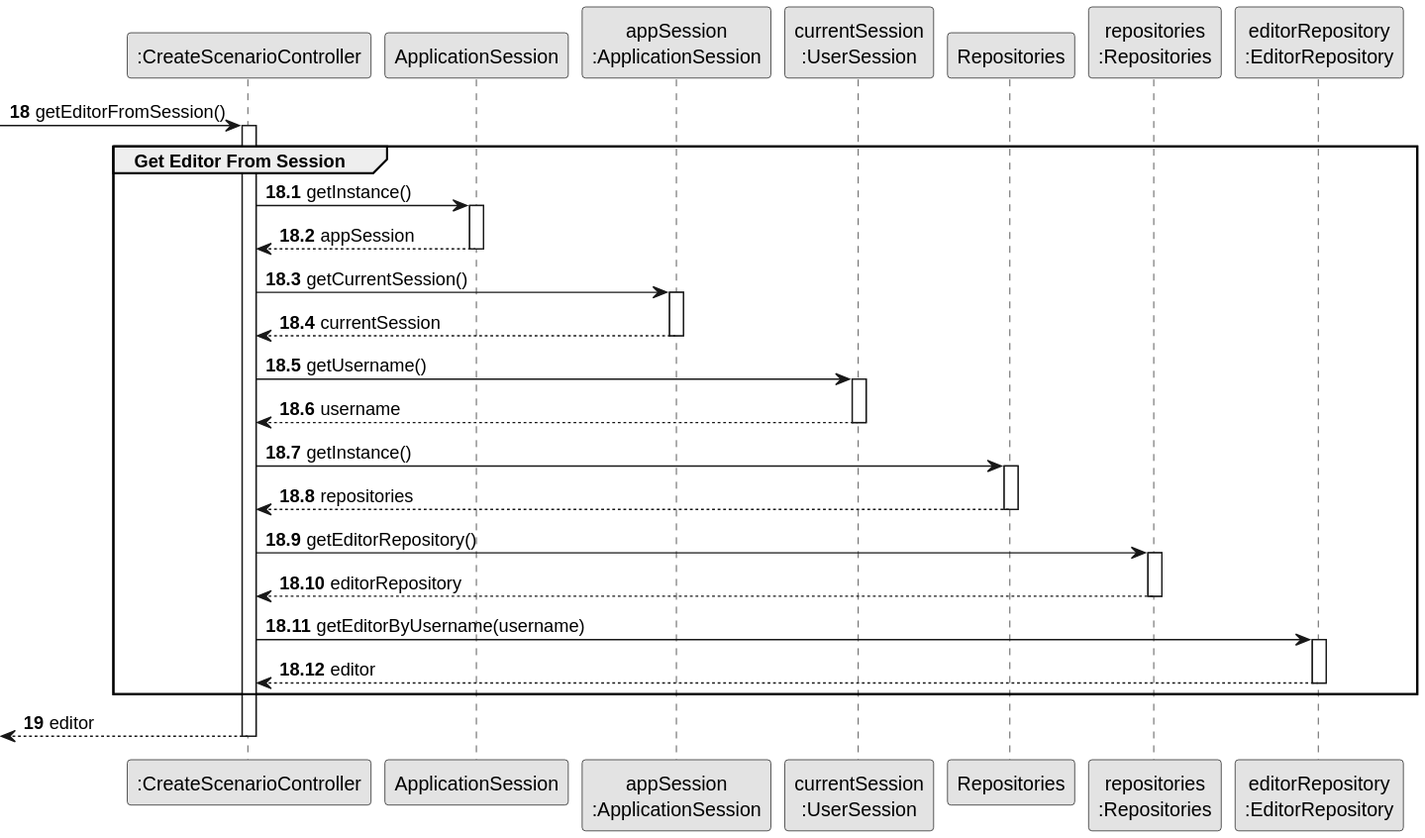
Above: docs/system-documentation/Sprint 2/US04/03.design/svg/US04-SD-partial-get-editor-from-session.svg in HenriqueSilva18/Railway-Network-Simulator (PlantUML), before the change.
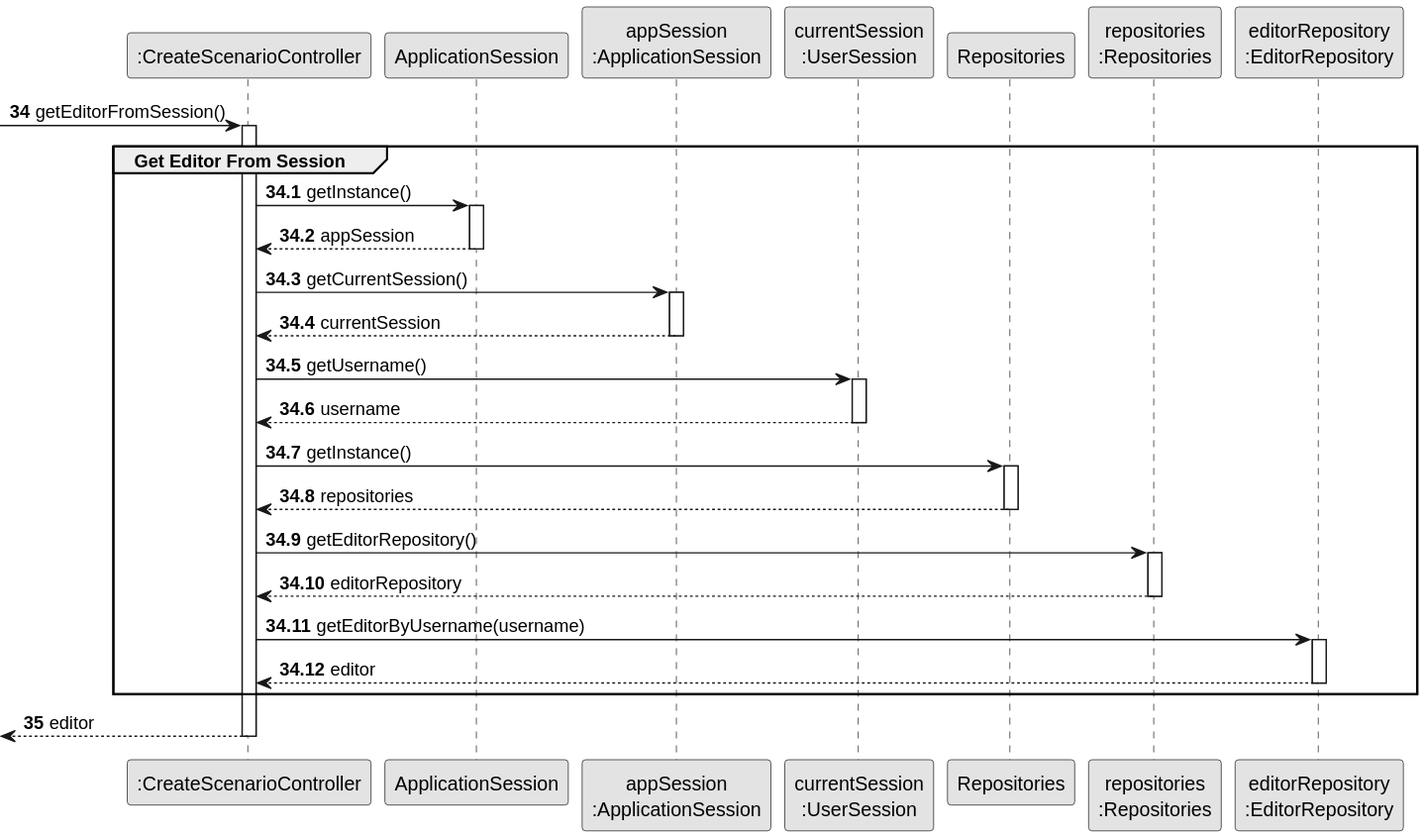
After the change.

Diff of the diagram source:
```diff
@@ -11,43 +11,44 @@
 participant "repositories\n:Repositories" as REPOS_SINGLETON
 participant "editorRepository\n:EditorRepository" as EDITOR_REPO
 
-autonumber 18
+autonumber 34
 -> CTRL : getEditorFromSession()
-autonumber 18.1
+
+autonumber 34.1
 activate CTRL
     group Get Editor From Session
-        CTRL -> APP_SESSION: getInstance()
+        CTRL -> APP_SESSION : getInstance()
         activate APP_SESSION
-            APP_SESSION --> CTRL: appSession
+            APP_SESSION --> CTRL : appSession
         deactivate APP_SESSION
 
-        CTRL -> APP_SESSION_SINGLETON: getCurrentSession()
+        CTRL -> APP_SESSION_SINGLETON : getCurrentSession()
         activate APP_SESSION_SINGLETON
-            APP_SESSION_SINGLETON --> CTRL: currentSession
+            APP_SESSION_SINGLETON --> CTRL : currentSession
         deactivate APP_SESSION_SINGLETON
 
-        CTRL -> CURRENT_SESSION: getUsername()
+        CTRL -> CURRENT_SESSION : getUsername()
         activate CURRENT_SESSION
-            CURRENT_SESSION --> CTRL: username
+            CURRENT_SESSION --> CTRL : username
         deactivate CURRENT_SESSION
 
         CTRL -> REPOS : getInstance()
         activate REPOS
-            REPOS --> CTRL: repositories
+            REPOS --> CTRL : repositories
         deactivate REPOS
 
-        CTRL -> REPOS_SINGLETON: getEditorRepository()
+        CTRL -> REPOS_SINGLETON : getEditorRepository()
         activate REPOS_SINGLETON
-            REPOS_SINGLETON --> CTRL: editorRepository
+            REPOS_SINGLETON --> CTRL : editorRepository
         deactivate REPOS_SINGLETON
 
-        CTRL -> EDITOR_REPO: getEditorByUsername(username)
+        CTRL -> EDITOR_REPO : getEditorByUsername(username)
         activate EDITOR_REPO
-            EDITOR_REPO --> CTRL: editor
+            EDITOR_REPO --> CTRL : editor
         deactivate EDITOR_REPO
     end
 
-    autonumber 19
+    autonumber 35
     <-- CTRL : editor
 deactivate CTRL
 @enduml
```
